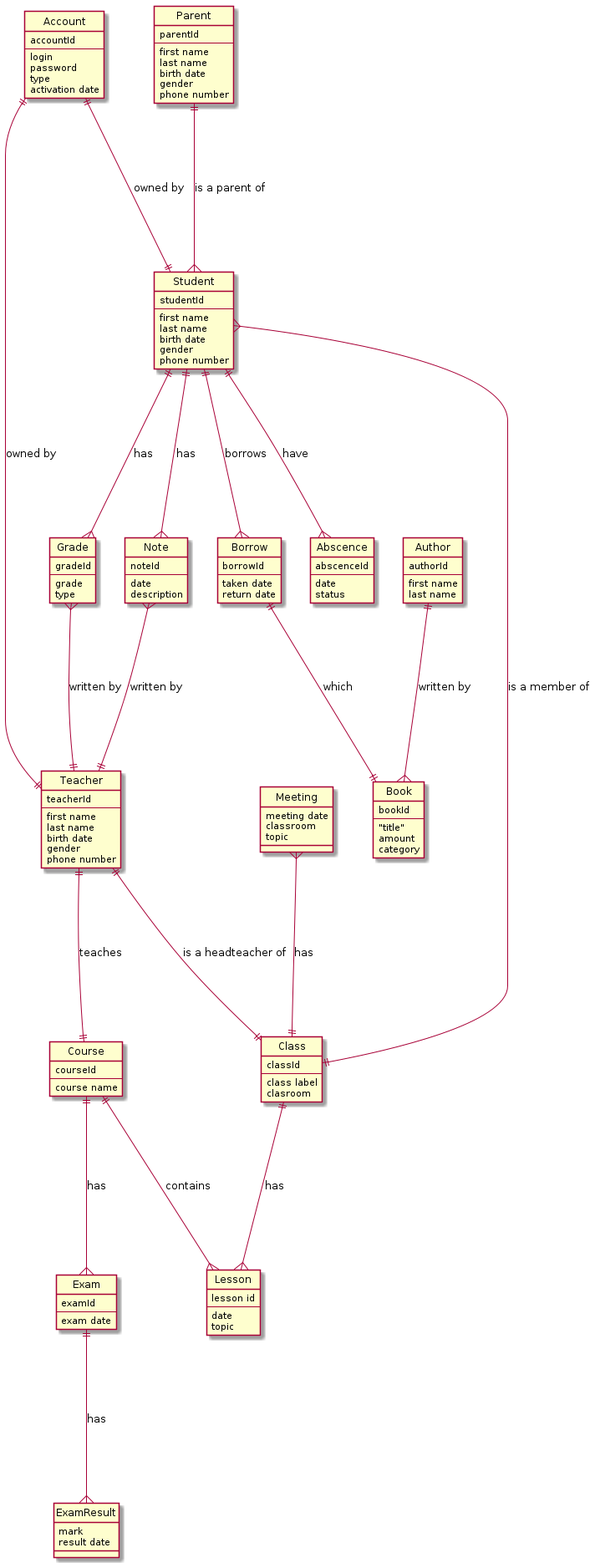
Above: erd.png in kploskonka/Highschool-Database-System (PlantUML), before the change.
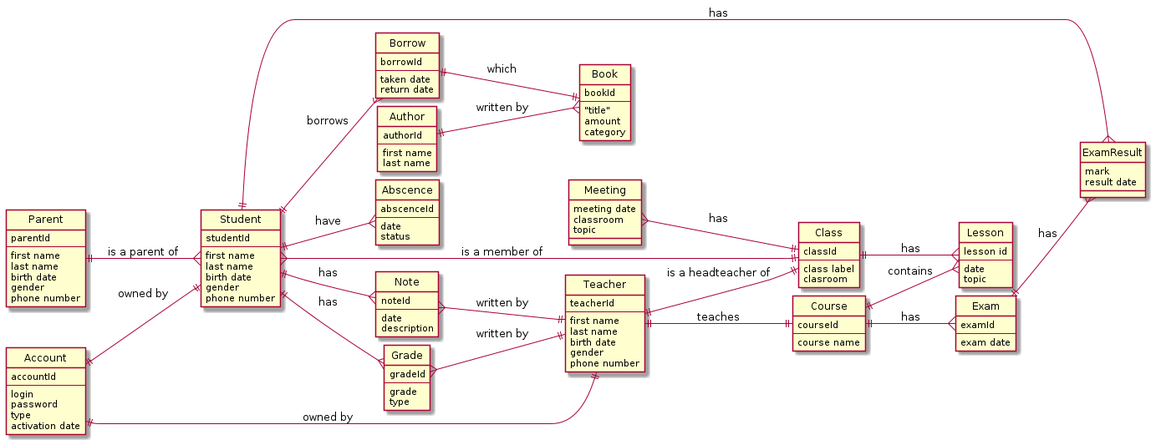
After the commit.

Change to the diagram source:
```diff
@@ -1,5 +1,8 @@
 @startuml
 hide circle
+left to right direction
+skinparam nodesep 10
+skinparam ranksep 15
 entity "Account" as ac {
     accountId
     --
@@ -122,4 +125,5 @@
 ex ||----{ exR : "has"
 me }----|| cl : "has"
 cl ||----{ le: "has"
+stu ||-----{ exR: "has"
 @enduml
```
